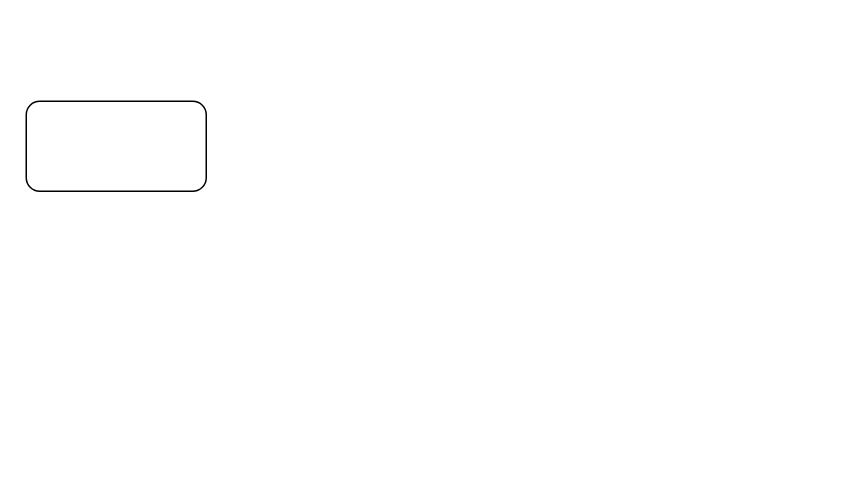
Earlier version of the draw.io diagram page "1" (1 of 4) of assets/drawio/study.drawio (atanx/atanx.github.io). Source tidied: cells renumbered, new cells numbered last; positions are measured from the earlier drawing's top-left corner, leaving out a move shared by most shapes. Both pictures are drawn from the tidied source at 150%, with x=0, y=0 at pixel (26, 100).
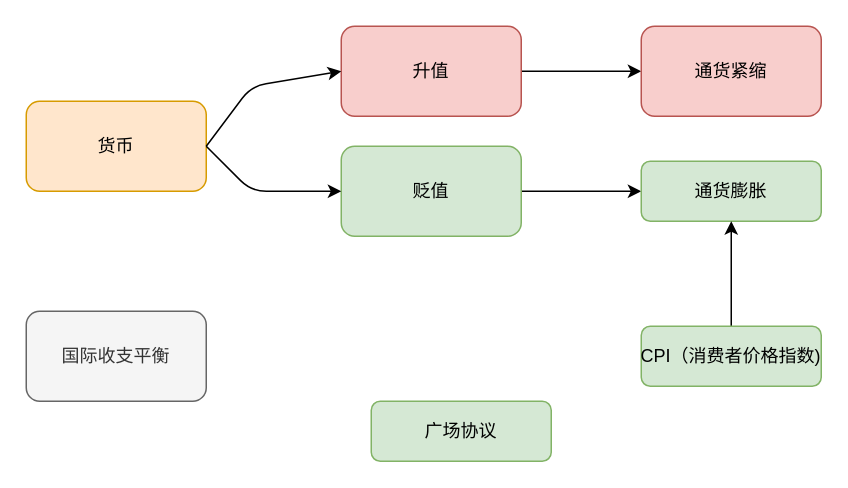
After the change.

What changed in the source:
```diff
@@
 <mxGraphModel>
   <root>
     <mxCell id="0" />
     <mxCell id="1" parent="0" />
-    <mxCell id="2" style="rounded=1;whiteSpace=wrap;html=1;" parent="1" vertex="1">
+    <mxCell id="2" value="货币" style="rounded=1;whiteSpace=wrap;html=1;fillColor=#ffe6cc;strokeColor=#d79b00;" parent="1" vertex="1">
       <mxGeometry width="120" height="60" as="geometry" />
     </mxCell>
+    <mxCell id="3" style="edgeStyle=orthogonalEdgeStyle;rounded=0;jettySize=auto;html=1;" parent="1" edge="1" source="4" target="5">
+      <mxGeometry relative="1" as="geometry" />
+    </mxCell>
+    <mxCell id="4" value="升值" style="rounded=1;whiteSpace=wrap;html=1;fillColor=#f8cecc;strokeColor=#b85450;" parent="1" vertex="1">
+      <mxGeometry x="210" y="-50" width="120" height="60" as="geometry" />
+    </mxCell>
+    <mxCell id="5" value="通货紧缩" style="rounded=1;whiteSpace=wrap;html=1;fillColor=#f8cecc;strokeColor=#b85450;" parent="1" vertex="1">
+      <mxGeometry x="410" y="-50" width="120" height="60" as="geometry" />
+    </mxCell>
+    <mxCell id="6" style="edgeStyle=orthogonalEdgeStyle;rounded=0;jettySize=auto;html=1;" parent="1" edge="1" source="7" target="8">
+      <mxGeometry relative="1" as="geometry" />
+    </mxCell>
+    <mxCell id="7" value="贬值" style="rounded=1;whiteSpace=wrap;html=1;fillColor=#d5e8d4;strokeColor=#82b366;" parent="1" vertex="1">
+      <mxGeometry x="210" y="30" width="120" height="60" as="geometry" />
+    </mxCell>
+    <mxCell id="8" value="通货膨胀" style="rounded=1;whiteSpace=wrap;html=1;fillColor=#d5e8d4;strokeColor=#82b366;" parent="1" vertex="1">
+      <mxGeometry x="410" y="40" width="120" height="40" as="geometry" />
+    </mxCell>
+    <mxCell id="9" value="国际收支平衡" style="rounded=1;whiteSpace=wrap;html=1;fillColor=#f5f5f5;strokeColor=#666666;fontColor=#333333;" parent="1" vertex="1">
+      <mxGeometry y="140" width="120" height="60" as="geometry" />
+    </mxCell>
+    <mxCell id="10" value="广场协议" style="rounded=1;whiteSpace=wrap;html=1;fillColor=#d5e8d4;strokeColor=#82b366;" parent="1" vertex="1">
+      <mxGeometry x="230" y="200" width="120" height="40" as="geometry" />
+    </mxCell>
+    <mxCell id="11" style="edgeStyle=orthogonalEdgeStyle;rounded=0;jettySize=auto;html=1;exitX=0.5;exitY=0;exitDx=0;exitDy=0;entryX=0.5;entryY=1;entryDx=0;entryDy=0;" parent="1" edge="1" source="12" target="8">
+      <mxGeometry relative="1" as="geometry" />
+    </mxCell>
+    <mxCell id="12" value="&lt;span style=&quot;text-align: left ; white-space: nowrap&quot;&gt;CPI（消费者价格指数)&lt;/span&gt;" style="rounded=1;whiteSpace=wrap;html=1;fillColor=#d5e8d4;strokeColor=#82b366;" parent="1" vertex="1">
+      <mxGeometry x="410" y="150" width="120" height="40" as="geometry" />
+    </mxCell>
+    <mxCell id="13" style="endArrow=classic;html=1;exitX=1;exitY=0.5;exitDx=0;exitDy=0;entryX=0;entryY=0.5;entryDx=0;entryDy=0;" parent="1" edge="1" source="2" target="4">
+      <mxGeometry relative="1" as="geometry">
+        <Array as="points">
+          <mxPoint x="150" y="-10" />
+        </Array>
+      </mxGeometry>
+    </mxCell>
+    <mxCell id="14" style="endArrow=classic;html=1;exitX=1;exitY=0.5;exitDx=0;exitDy=0;entryX=0;entryY=0.5;entryDx=0;entryDy=0;" parent="1" edge="1" source="2" target="7">
+      <mxGeometry relative="1" as="geometry">
+        <Array as="points">
+          <mxPoint x="150" y="60" />
+        </Array>
+      </mxGeometry>
+    </mxCell>
   </root>
 </mxGraphModel>
```
